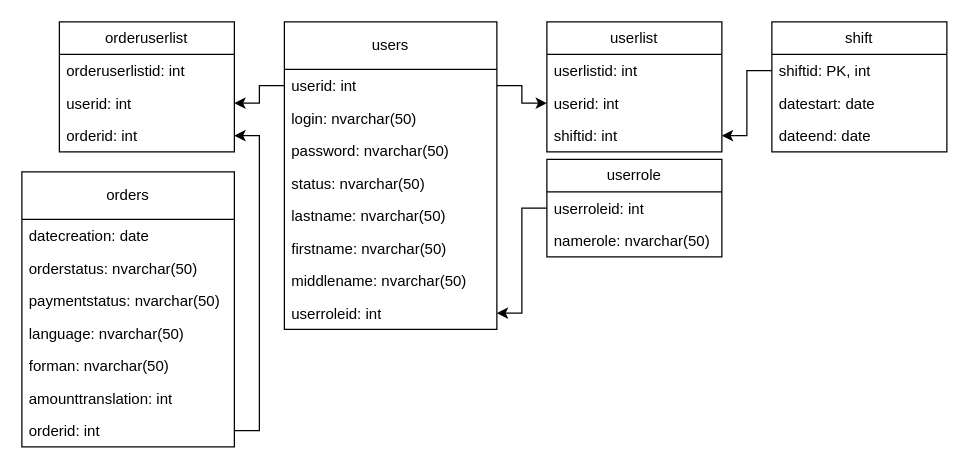
pr1vetsodna/Diploma keeps this draw.io diagram as page "Диаграмма классов" (6 of 8) of Диаграммы.drawio. Above is the earlier version. Source tidied: cells renumbered, new cells numbered last; positions are measured from the earlier drawing's top-left corner, leaving out a move shared by most shapes. Both pictures are drawn from the tidied source at 125%, with x=0, y=0 at pixel (21, 21).
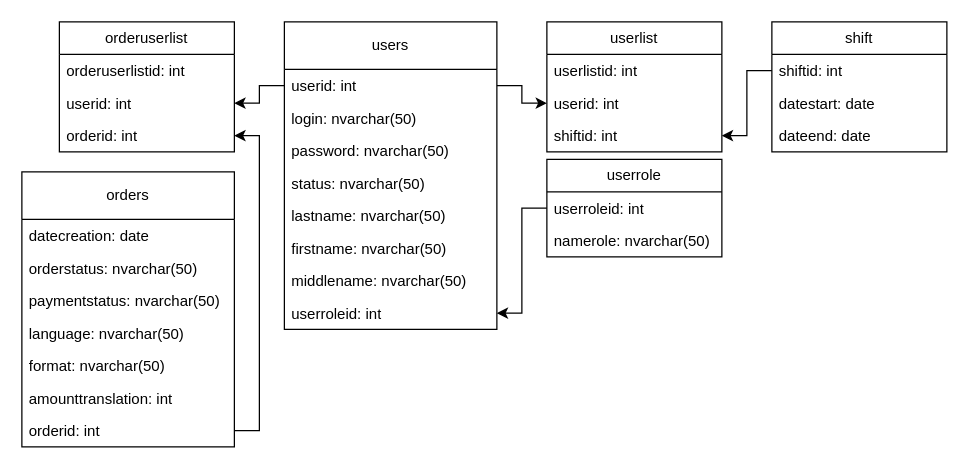
Above is the later version.

Unchanged cells that the change refers to:
```xml
<mxCell id="2" value="orders" style="swimlane;fontStyle=0;horizontal=1;startSize=38;fillColor=none;whiteSpace=wrap;html=1;" parent="1" vertex="1">
  <mxGeometry y="120" width="170" height="220" as="geometry" />
</mxCell>
<mxCell id="14" value="shift" style="swimlane;fontStyle=0;horizontal=1;startSize=26;fillColor=none;whiteSpace=wrap;html=1;" parent="1" vertex="1">
  <mxGeometry x="600" width="140" height="104" as="geometry" />
</mxCell>
```

Change to the diagram source:
```diff
@@
-    <mxCell id="7" value="forman: nvarchar(50)" style="text;strokeColor=none;fillColor=none;align=left;verticalAlign=top;spacingLeft=4;spacingRight=4;overflow=hidden;whiteSpace=wrap;html=1;" parent="2" vertex="1">
+    <mxCell id="7" value="format: nvarchar(50)" style="text;strokeColor=none;fillColor=none;align=left;verticalAlign=top;spacingLeft=4;spacingRight=4;overflow=hidden;whiteSpace=wrap;html=1;" parent="2" vertex="1">
       <mxGeometry y="142" width="170" height="26" as="geometry" />
     </mxCell>
@@
-    <mxCell id="15" value="shiftid: PK, int" style="text;strokeColor=none;fillColor=none;align=left;verticalAlign=top;spacingLeft=4;spacingRight=4;overflow=hidden;points=[[0,0.5],[1,0.5]];portConstraint=eastwest;whiteSpace=wrap;html=1;" parent="14" vertex="1">
+    <mxCell id="15" value="shiftid: int" style="text;strokeColor=none;fillColor=none;align=left;verticalAlign=top;spacingLeft=4;spacingRight=4;overflow=hidden;points=[[0,0.5],[1,0.5]];portConstraint=eastwest;whiteSpace=wrap;html=1;" parent="14" vertex="1">
       <mxGeometry y="26" width="140" height="26" as="geometry" />
     </mxCell>
```
